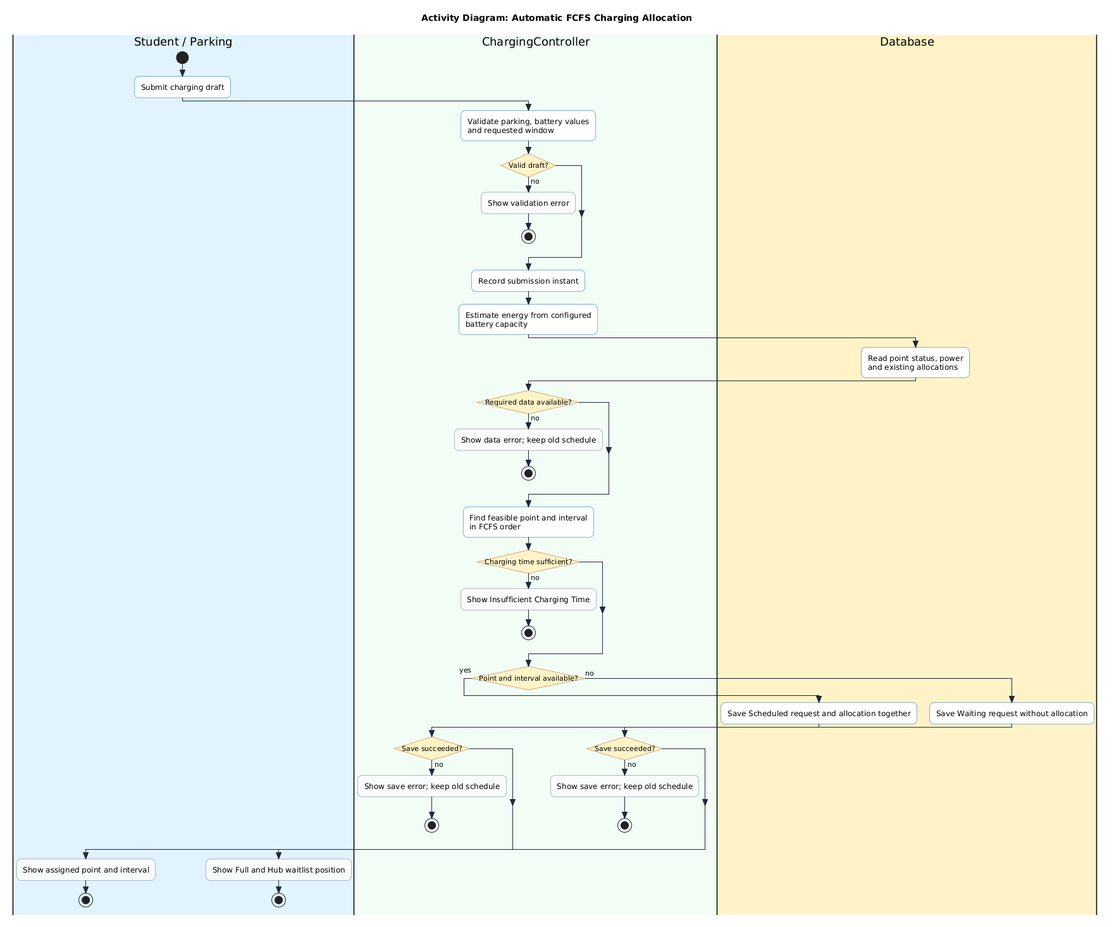
The PlantUML diagram docs/submission-2/activity-diagrams/smart-charging/AD_GenerateChargingSchedule_FCFS.png in thanhpham1108/smart-e-mobility-hub, before a commit.
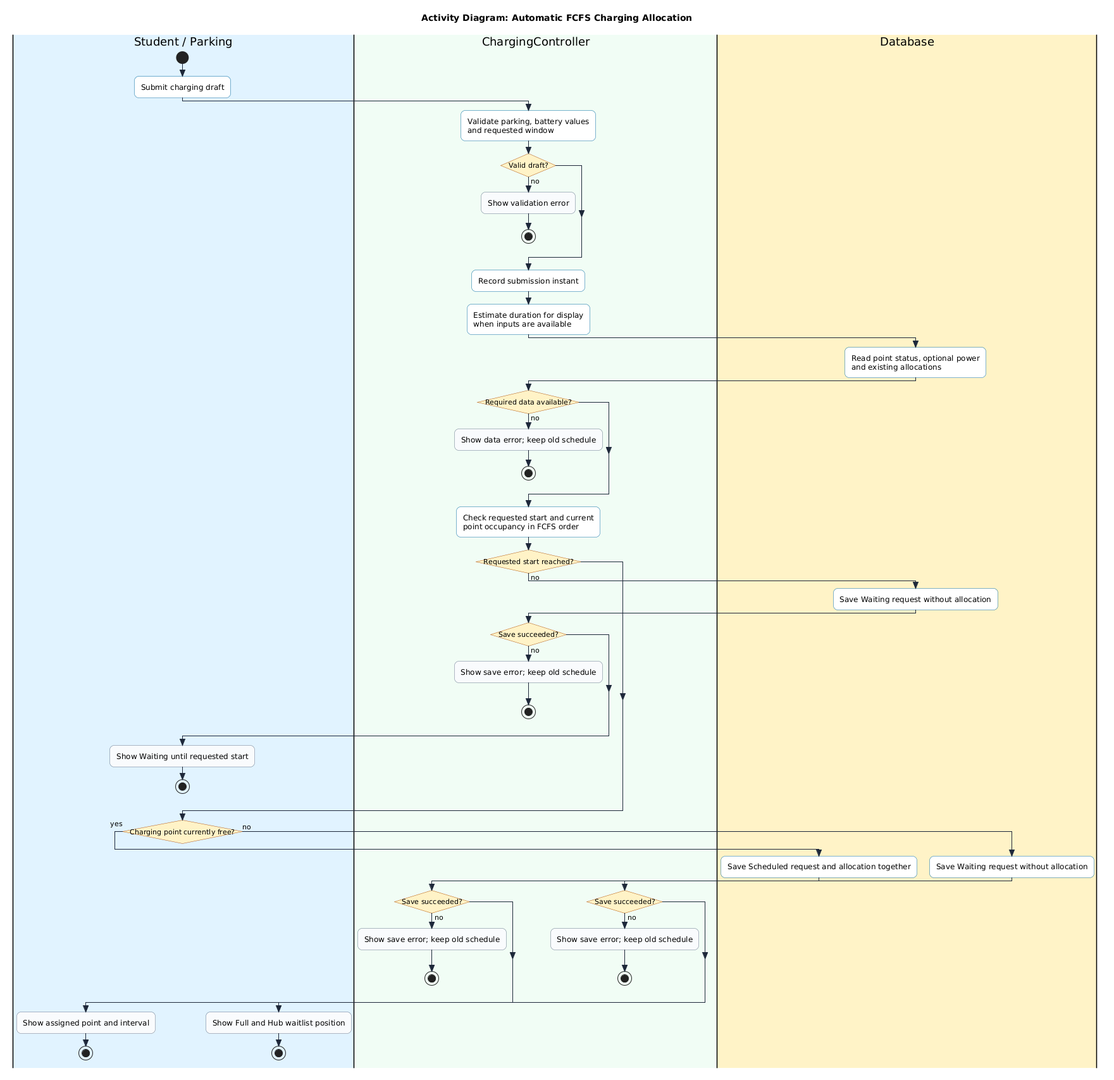
The same file after the commit.

Change to the diagram source:
```diff
@@ -1,4 +1,4 @@
-@startuml AD_GenerateChargingSchedule_FCFS
+@startuml
 skinparam style strictuml
 skinparam linetype ortho
 skinparam conditionStyle insideDiamond
@@ -30,11 +30,11 @@
   stop
 endif
 :Record submission instant;
-:Estimate energy from configured
-battery capacity;
+:Estimate duration for display
+when inputs are available;
 
 |#FEF3C7|Database|
-:Read point status, power
+:Read point status, optional power
 and existing allocations;
 
 |#F0FDF4|ChargingController|
@@ -42,13 +42,21 @@
   :Show data error; keep old schedule; <<status>>
   stop
 endif
-:Find feasible point and interval
-in FCFS order;
-if (Charging time sufficient?) then (no)
-  :Show Insufficient Charging Time; <<status>>
+:Check requested start and current
+point occupancy in FCFS order;
+if (Requested start reached?) then (no)
+  |#FEF3C7|Database|
+  :Save Waiting request without allocation;
+  |#F0FDF4|ChargingController|
+  if (Save succeeded?) then (no)
+    :Show save error; keep old schedule; <<status>>
+    stop
+  endif
+  |#E0F2FE|Student / Parking|
+  :Show Waiting until requested start; <<status>>
   stop
 endif
-if (Point and interval available?) then (yes)
+if (Charging point currently free?) then (yes)
   |#FEF3C7|Database|
   :Save Scheduled request and allocation together;
   |#F0FDF4|ChargingController|
```
